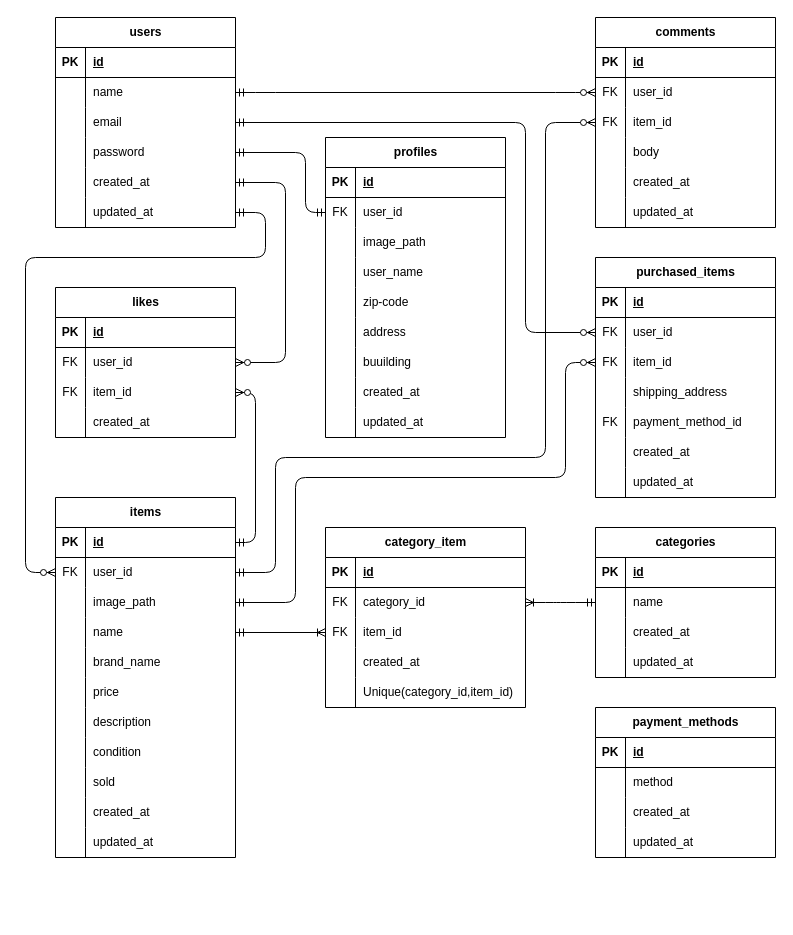
Earlier version of the draw.io diagram erd.dio (kooooooota/flea-market). Source tidied: cells renumbered, new cells numbered last; positions are measured from the earlier drawing's top-left corner, leaving out a move shared by most shapes. Both pictures are drawn from the tidied source at 100%, with x=0, y=0 at pixel (25, 17).
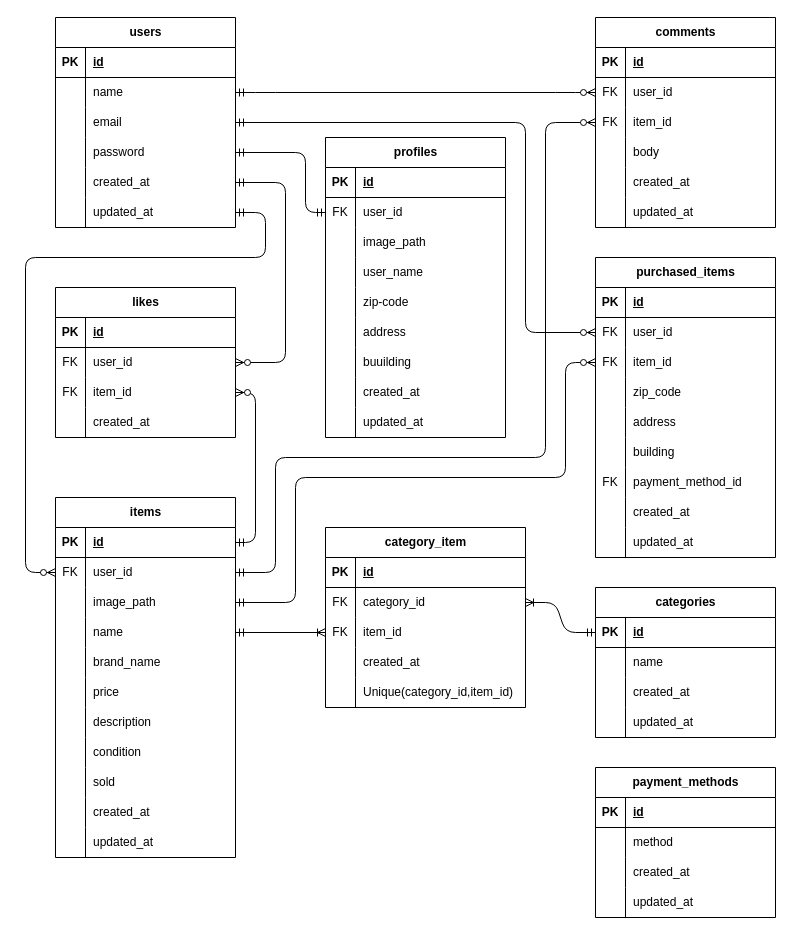
After the change.

Unchanged cells that the change refers to:
```xml
<mxCell id="59" style="shape=tableRow;horizontal=0;startSize=0;swimlaneHead=0;swimlaneBody=0;fillColor=none;top=0;left=0;right=0;bottom=0;" parent="49" vertex="1">
  <mxGeometry y="120" width="180" height="30" as="geometry" />
</mxCell>
<mxCell id="132" style="shape=tableRow;horizontal=0;startSize=0;swimlaneHead=0;swimlaneBody=0;fillColor=none;points=[[0,0.5],[1,0.5]];portConstraint=eastwest;top=0;left=0;right=0;bottom=1;" parent="131" vertex="1">
  <mxGeometry y="30" width="180" height="30" as="geometry" />
</mxCell>
<mxCell id="135" style="shape=tableRow;horizontal=0;startSize=0;swimlaneHead=0;swimlaneBody=0;fillColor=none;points=[[0,0.5],[1,0.5]];portConstraint=eastwest;top=0;left=0;right=0;bottom=0;" parent="131" vertex="1">
  <mxGeometry y="60" width="180" height="30" as="geometry" />
</mxCell>
<mxCell id="167" style="shape=tableRow;horizontal=0;startSize=0;swimlaneHead=0;swimlaneBody=0;fillColor=none;points=[[0,0.5],[1,0.5]];portConstraint=eastwest;top=0;left=0;right=0;bottom=0;" parent="163" vertex="1">
  <mxGeometry y="60" width="200" height="30" as="geometry" />
</mxCell>
```

Change to the diagram source:
```diff
@@
     <mxCell id="49" value="purchased_items" style="shape=table;startSize=30;childLayout=tableLayout;rowLines=0;fontStyle=1;align=center;html=1;" parent="1" vertex="1">
-      <mxGeometry x="570" y="240" width="180" height="240" as="geometry" />
+      <mxGeometry x="570" y="240" width="180" height="300" as="geometry" />
     </mxCell>
@@
-    <mxCell id="61" value="shipping_address" style="shape=partialRectangle;fillColor=none;top=0;left=0;bottom=0;right=0;align=left;spacingLeft=6;overflow=hidden;whiteSpace=wrap;html=1;" parent="59" vertex="1">
+    <mxCell id="61" value="zip_code" style="shape=partialRectangle;fillColor=none;top=0;left=0;bottom=0;right=0;align=left;spacingLeft=6;overflow=hidden;whiteSpace=wrap;html=1;" parent="59" vertex="1">
       <mxGeometry x="30" width="150" height="30" as="geometry" />
     </mxCell>
+    <mxCell id="189" style="shape=tableRow;horizontal=0;startSize=0;swimlaneHead=0;swimlaneBody=0;fillColor=none;top=0;left=0;right=0;bottom=0;" parent="49" vertex="1">
+      <mxGeometry y="150" width="180" height="30" as="geometry" />
+    </mxCell>
+    <mxCell id="190" style="shape=partialRectangle;fillColor=none;top=0;left=0;bottom=0;right=0;overflow=hidden;whiteSpace=wrap;html=1;" parent="189" vertex="1">
+      <mxGeometry width="30" height="30" as="geometry" />
+    </mxCell>
+    <mxCell id="191" value="address" style="shape=partialRectangle;fillColor=none;top=0;left=0;bottom=0;right=0;align=left;spacingLeft=6;overflow=hidden;whiteSpace=wrap;html=1;" parent="189" vertex="1">
+      <mxGeometry x="30" width="150" height="30" as="geometry" />
+    </mxCell>
+    <mxCell id="192" style="shape=tableRow;horizontal=0;startSize=0;swimlaneHead=0;swimlaneBody=0;fillColor=none;top=0;left=0;right=0;bottom=0;" parent="49" vertex="1">
+      <mxGeometry y="180" width="180" height="30" as="geometry" />
+    </mxCell>
+    <mxCell id="193" style="shape=partialRectangle;fillColor=none;top=0;left=0;bottom=0;right=0;overflow=hidden;whiteSpace=wrap;html=1;" parent="192" vertex="1">
+      <mxGeometry width="30" height="30" as="geometry" />
+    </mxCell>
+    <mxCell id="194" value="building" style="shape=partialRectangle;fillColor=none;top=0;left=0;bottom=0;right=0;align=left;spacingLeft=6;overflow=hidden;whiteSpace=wrap;html=1;" parent="192" vertex="1">
+      <mxGeometry x="30" width="150" height="30" as="geometry" />
+    </mxCell>
     <mxCell id="62" style="shape=tableRow;horizontal=0;startSize=0;swimlaneHead=0;swimlaneBody=0;fillColor=none;top=0;left=0;right=0;bottom=0;" parent="49" vertex="1">
-      <mxGeometry y="150" width="180" height="30" as="geometry" />
+      <mxGeometry y="210" width="180" height="30" as="geometry" />
     </mxCell>
@@
     <mxCell id="65" style="shape=tableRow;horizontal=0;startSize=0;swimlaneHead=0;swimlaneBody=0;fillColor=none;top=0;left=0;right=0;bottom=0;" parent="49" vertex="1">
-      <mxGeometry y="180" width="180" height="30" as="geometry" />
+      <mxGeometry y="240" width="180" height="30" as="geometry" />
     </mxCell>
@@
     <mxCell id="68" style="shape=tableRow;horizontal=0;startSize=0;swimlaneHead=0;swimlaneBody=0;fillColor=none;top=0;left=0;right=0;bottom=0;" parent="49" vertex="1">
-      <mxGeometry y="210" width="180" height="30" as="geometry" />
+      <mxGeometry y="270" width="180" height="30" as="geometry" />
     </mxCell>
@@
     <mxCell id="71" value="payment_methods" style="shape=table;startSize=30;childLayout=tableLayout;rowLines=0;fontStyle=1;align=center;html=1;" parent="1" vertex="1">
-      <mxGeometry x="570" y="690" width="180" height="150" as="geometry" />
+      <mxGeometry x="570" y="750" width="180" height="150" as="geometry" />
     </mxCell>
@@
     <mxCell id="131" value="categories" style="shape=table;startSize=30;childLayout=tableLayout;rowLines=0;fontStyle=1;align=center;html=1;" parent="1" vertex="1">
-      <mxGeometry x="570" y="510" width="180" height="150" as="geometry" />
+      <mxGeometry x="570" y="570" width="180" height="150" as="geometry" />
     </mxCell>
@@
-    <mxCell id="183" style="edgeStyle=entityRelationEdgeStyle;fontSize=12;html=1;endArrow=ERoneToMany;startArrow=ERmandOne;exitX=0;exitY=0.5;exitDx=0;exitDy=0;entryX=1;entryY=0.5;entryDx=0;entryDy=0;" parent="1" edge="1" source="135" target="167">
+    <mxCell id="183" style="edgeStyle=entityRelationEdgeStyle;fontSize=12;html=1;endArrow=ERoneToMany;startArrow=ERmandOne;exitX=0;exitY=0.5;exitDx=0;exitDy=0;entryX=1;entryY=0.5;entryDx=0;entryDy=0;" parent="1" edge="1" source="132" target="167">
       <mxGeometry relative="1" as="geometry" />
     </mxCell>
```
